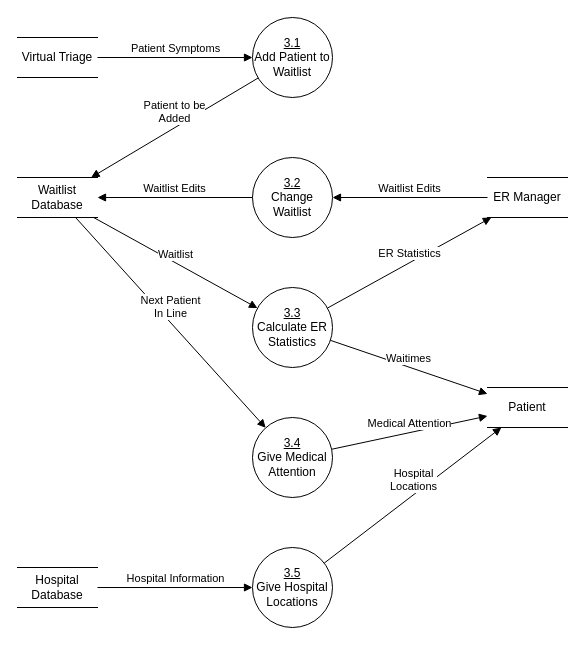
Earlier version of the draw.io diagram OliverWork/Milestone2/Level1DFDEmergencyRooms.drawio (SENG-350-2024-fall/Team9). Source tidied: cells renumbered, new cells numbered last; positions are measured from the earlier drawing's top-left corner, leaving out a move shared by most shapes. Both pictures are drawn from the tidied source at 100%, with x=0, y=0 at pixel (17, 17).
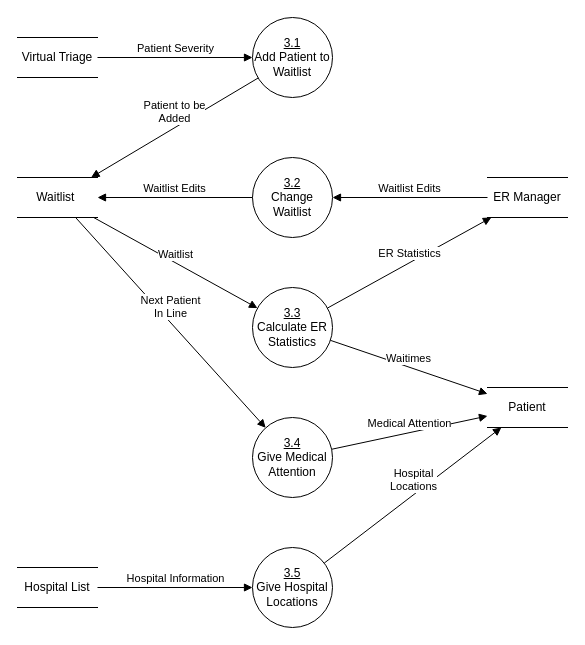
The same page after the edit.

Unchanged cells that the change refers to:
```xml
<mxCell id="2" value="&lt;u&gt;3.1&lt;/u&gt;&lt;div&gt;Add Patient to Waitlist&lt;/div&gt;" style="ellipse;whiteSpace=wrap;html=1;" parent="1" vertex="1">
  <mxGeometry x="235" width="80" height="80" as="geometry" />
</mxCell>
<mxCell id="18" value="Virtual Triage" style="shape=partialRectangle;whiteSpace=wrap;html=1;left=0;right=0;fillColor=none;" parent="1" vertex="1">
  <mxGeometry y="20" width="80" height="40" as="geometry" />
</mxCell>
```

Change to the diagram source:
```diff
@@
-    <mxCell id="4" value="Patient Symptoms" style="html=1;verticalAlign=bottom;endArrow=block;curved=0;rounded=0;" parent="1" edge="1" source="18" target="2">
+    <mxCell id="4" value="Patient Severity" style="html=1;verticalAlign=bottom;endArrow=block;curved=0;rounded=0;" parent="1" edge="1" source="18" target="2">
       <mxGeometry relative="1" as="geometry" />
     </mxCell>
@@
-    <mxCell id="8" value="Waitlist Database" style="shape=partialRectangle;whiteSpace=wrap;html=1;left=0;right=0;fillColor=none;" parent="1" vertex="1">
+    <mxCell id="8" value="Waitlist&amp;nbsp;" style="shape=partialRectangle;whiteSpace=wrap;html=1;left=0;right=0;fillColor=none;" parent="1" vertex="1">
       <mxGeometry y="160" width="80" height="40" as="geometry" />
     </mxCell>
@@
-    <mxCell id="20" value="Hospital Database" style="shape=partialRectangle;whiteSpace=wrap;html=1;left=0;right=0;fillColor=none;" parent="1" vertex="1">
+    <mxCell id="20" value="Hospital List" style="shape=partialRectangle;whiteSpace=wrap;html=1;left=0;right=0;fillColor=none;" parent="1" vertex="1">
       <mxGeometry y="550" width="80" height="40" as="geometry" />
     </mxCell>
```
